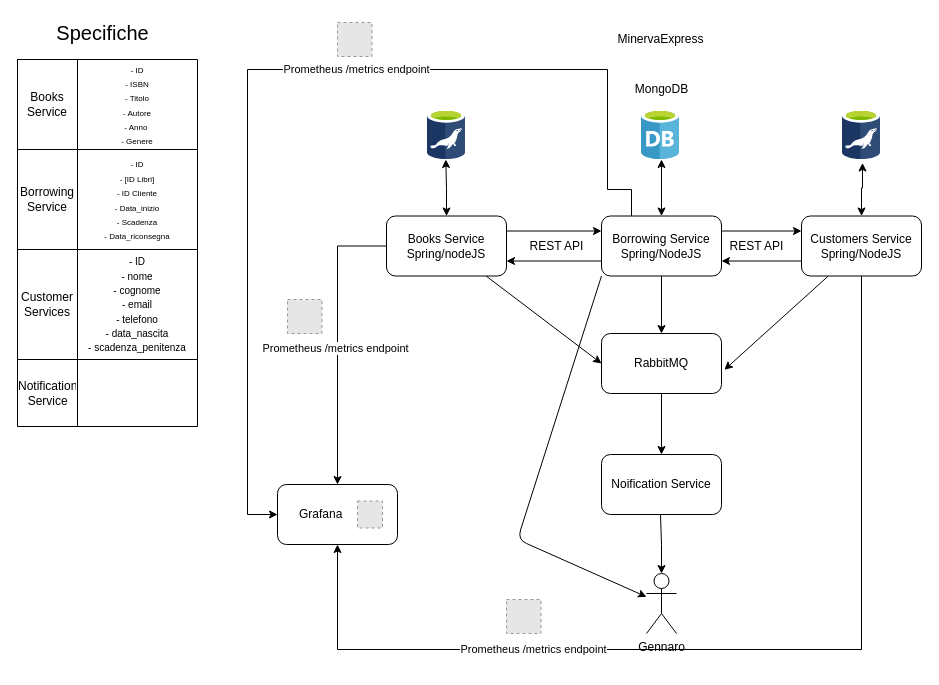
This is MinervaExpress.drawio from Matteo29-mar/Minervarepo, a draw.io file, before an edit. Source tidied: cells renumbered, new cells numbered last; positions are measured from the earlier drawing's top-left corner, leaving out a move shared by most shapes. Both pictures are drawn from the tidied source at 100%, with x=0, y=0 at pixel (17, 17). Pictures stored in the file or linked from it are replaced by grey dashed boxes.
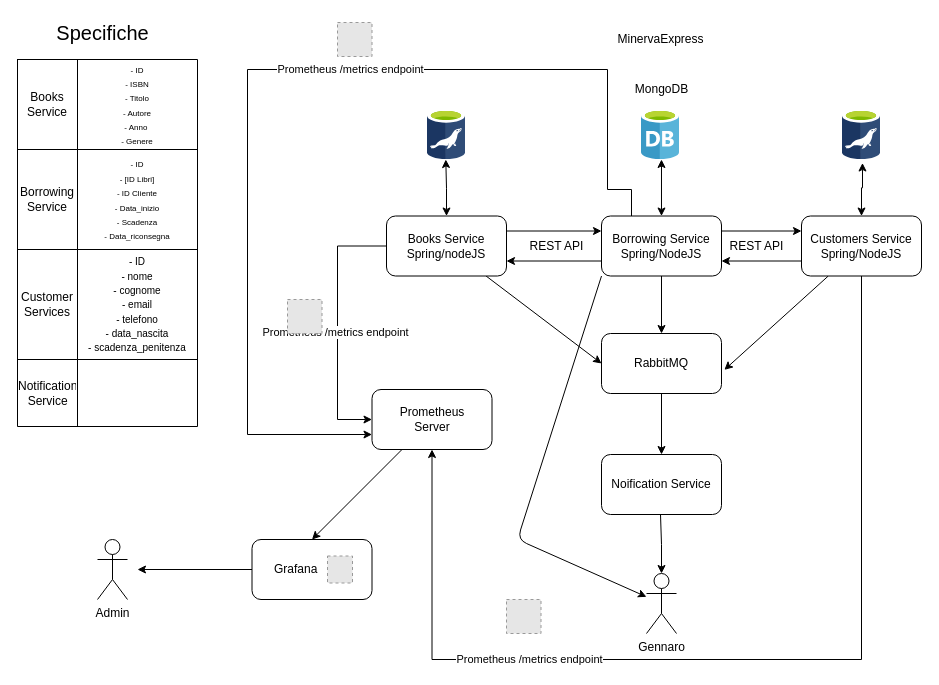
The same page after the edit.

The change refers to these unchanged cells:
```xml
<mxCell id="8" value="Books Service&lt;br&gt;Spring/nodeJS" style="rounded=1;whiteSpace=wrap;html=1;" parent="1" vertex="1">
  <mxGeometry x="369" y="198.5" width="120" height="60" as="geometry" />
</mxCell>
<mxCell id="14" value="Customers Service&lt;br&gt;Spring/NodeJS" style="rounded=1;whiteSpace=wrap;html=1;" parent="1" vertex="1">
  <mxGeometry x="784" y="198.5" width="120" height="60" as="geometry" />
</mxCell>
<mxCell id="21" value="Borrowing Service&lt;br&gt;Spring/NodeJS" style="rounded=1;whiteSpace=wrap;html=1;" parent="1" vertex="1">
  <mxGeometry x="584" y="198.5" width="120" height="60" as="geometry" />
</mxCell>
```

What changed in the source:
```diff
@@
-    <mxCell id="5" style="edgeStyle=orthogonalEdgeStyle;rounded=0;jettySize=auto;html=1;startArrow=none;startFill=0;entryX=0.5;entryY=0;entryDx=0;entryDy=0;" parent="1" edge="1" source="8" target="31">
+    <mxCell id="5" style="edgeStyle=orthogonalEdgeStyle;rounded=0;jettySize=auto;html=1;startArrow=none;startFill=0;entryX=0;entryY=0.5;entryDx=0;entryDy=0;" parent="1" edge="1" source="8" target="55">
       <mxGeometry relative="1" as="geometry">
         <Array as="points">
-          <mxPoint x="320" y="229" />
+          <mxPoint x="320" y="228" />
+          <mxPoint x="320" y="402" />
         </Array>
       </mxGeometry>
     </mxCell>
@@
-    <mxCell id="11" style="edgeStyle=orthogonalEdgeStyle;rounded=0;jettySize=auto;html=1;startArrow=none;startFill=0;entryX=0.5;entryY=1;entryDx=0;entryDy=0;" parent="1" edge="1" source="14" target="31">
+    <mxCell id="11" style="edgeStyle=orthogonalEdgeStyle;rounded=0;jettySize=auto;html=1;startArrow=none;startFill=0;entryX=0.5;entryY=1;entryDx=0;entryDy=0;" parent="1" edge="1" source="14" target="55">
       <mxGeometry relative="1" as="geometry">
         <Array as="points">
-          <mxPoint x="844" y="632" />
-          <mxPoint x="320" y="632" />
+          <mxPoint x="844" y="642" />
+          <mxPoint x="415" y="642" />
         </Array>
       </mxGeometry>
     </mxCell>
@@
-    <mxCell id="18" style="edgeStyle=orthogonalEdgeStyle;rounded=0;jettySize=auto;html=1;startArrow=none;startFill=0;entryX=0;entryY=0.5;entryDx=0;entryDy=0;exitX=0.25;exitY=0;exitDx=0;exitDy=0;" parent="1" edge="1" source="21" target="31">
+    <mxCell id="18" style="edgeStyle=orthogonalEdgeStyle;rounded=0;jettySize=auto;html=1;startArrow=none;startFill=0;exitX=0.25;exitY=0;exitDx=0;exitDy=0;entryX=0;entryY=0.75;entryDx=0;entryDy=0;" parent="1" edge="1" source="21" target="55">
       <mxGeometry relative="1" as="geometry">
         <Array as="points">
           <mxPoint x="614" y="172" />
           <mxPoint x="590" y="172" />
           <mxPoint x="590" y="52" />
           <mxPoint x="230" y="52" />
-          <mxPoint x="230" y="497" />
+          <mxPoint x="230" y="417" />
         </Array>
       </mxGeometry>
     </mxCell>
@@
+    <mxCell id="53" style="edgeStyle=none;html=1;" parent="1" edge="1" source="31">
+      <mxGeometry relative="1" as="geometry">
+        <mxPoint x="120" y="552" as="targetPoint" />
+      </mxGeometry>
+    </mxCell>
     <mxCell id="31" value="&amp;nbsp; &amp;nbsp; &amp;nbsp; Grafana" style="rounded=1;whiteSpace=wrap;html=1;align=left;" parent="1" vertex="1">
-      <mxGeometry x="260" y="467" width="120" height="60" as="geometry" />
+      <mxGeometry x="234.5" y="522" width="120" height="60" as="geometry" />
     </mxCell>
@@
     <mxCell id="35" style="fillColor=#E6E6E6;strokeColor=#999999;dashed=1;verticalLabelPosition=bottom;labelBackgroundColor=#ffffff;verticalAlign=top;" parent="1" vertex="1">
-      <mxGeometry x="340" y="483.5" width="25" height="27" as="geometry" />
+      <mxGeometry x="310" y="538.5" width="25" height="27" as="geometry" />
     </mxCell>
@@
+    <mxCell id="54" style="edgeStyle=none;html=1;exitX=0.25;exitY=1;exitDx=0;exitDy=0;entryX=0.5;entryY=0;entryDx=0;entryDy=0;" parent="1" edge="1" source="55" target="31">
+      <mxGeometry relative="1" as="geometry" />
+    </mxCell>
+    <mxCell id="55" value="Prometheus&lt;br&gt;Server" style="rounded=1;whiteSpace=wrap;html=1;" parent="1" vertex="1">
+      <mxGeometry x="354.5" y="372" width="120" height="60" as="geometry" />
+    </mxCell>
+    <mxCell id="56" value="Admin" style="shape=umlActor;verticalLabelPosition=bottom;verticalAlign=top;html=1;" parent="1" vertex="1">
+      <mxGeometry x="80" y="522" width="30" height="60" as="geometry" />
+    </mxCell>
```
